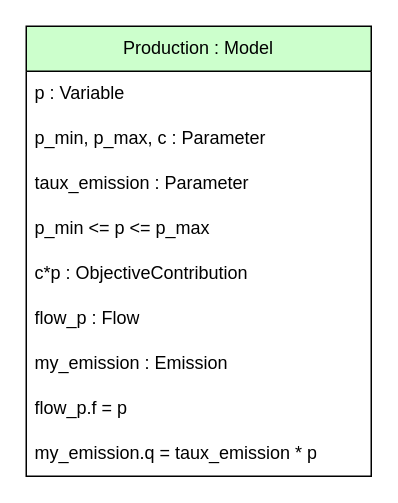
AntaresSimulatorTeam/andromede-modeling-prototype keeps this draw.io diagram as models-design/model_library/production.drawio. Above is the earlier version. Source tidied: cells renumbered, new cells numbered last; positions are measured from the earlier drawing's top-left corner, leaving out a move shared by most shapes. Both pictures are drawn from the tidied source at 150%, with x=0, y=0 at pixel (26, 26).
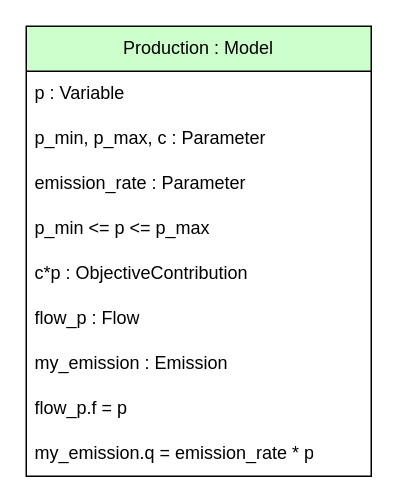
The same diagram, later.

Commit message (it also covers changes not shown here):
Specify ens,spill sign and translate emission rate

Diff of the diagram source:
```diff
@@
 <mxGraphModel>
   <root>
     <mxCell id="0" />
     <mxCell id="1" parent="0" />
     <mxCell id="2" value="Production : Model" style="swimlane;fontStyle=0;horizontal=1;startSize=30;whiteSpace=wrap;html=1;fillColor=#CCFFCC;fontColor=#000000;" parent="1" vertex="1">
       <mxGeometry width="230" height="300" as="geometry" />
     </mxCell>
     <mxCell id="3" value="p : Variable" style="text;strokeColor=none;fillColor=none;align=left;verticalAlign=middle;spacingLeft=4;spacingRight=4;overflow=hidden;whiteSpace=wrap;html=1;" parent="2" vertex="1">
       <mxGeometry y="30" width="230" height="30" as="geometry" />
     </mxCell>
     <mxCell id="4" value="p_min, p_max, c : Parameter" style="text;strokeColor=none;fillColor=none;align=left;verticalAlign=middle;spacingLeft=4;spacingRight=4;overflow=hidden;whiteSpace=wrap;html=1;" parent="2" vertex="1">
       <mxGeometry y="60" width="230" height="30" as="geometry" />
     </mxCell>
-    <mxCell id="5" value="taux_emission : Parameter" style="text;strokeColor=none;fillColor=none;align=left;verticalAlign=middle;spacingLeft=4;spacingRight=4;overflow=hidden;whiteSpace=wrap;html=1;" parent="2" vertex="1">
+    <mxCell id="5" value="emission_rate : Parameter" style="text;strokeColor=none;fillColor=none;align=left;verticalAlign=middle;spacingLeft=4;spacingRight=4;overflow=hidden;whiteSpace=wrap;html=1;" parent="2" vertex="1">
       <mxGeometry y="90" width="230" height="30" as="geometry" />
     </mxCell>
     <mxCell id="6" value="p_min &amp;lt;= p &amp;lt;= p_max" style="text;strokeColor=none;fillColor=none;align=left;verticalAlign=middle;spacingLeft=4;spacingRight=4;overflow=hidden;whiteSpace=wrap;html=1;" parent="2" vertex="1">
       <mxGeometry y="120" width="230" height="30" as="geometry" />
     </mxCell>
     <mxCell id="7" value="c*p : ObjectiveContribution" style="text;strokeColor=none;fillColor=none;align=left;verticalAlign=middle;spacingLeft=4;spacingRight=4;overflow=hidden;whiteSpace=wrap;html=1;" parent="2" vertex="1">
       <mxGeometry y="150" width="230" height="30" as="geometry" />
     </mxCell>
     <mxCell id="8" value="flow_p : Flow" style="text;strokeColor=none;fillColor=none;align=left;verticalAlign=middle;spacingLeft=4;spacingRight=4;overflow=hidden;whiteSpace=wrap;html=1;" parent="2" vertex="1">
       <mxGeometry y="180" width="230" height="30" as="geometry" />
     </mxCell>
     <mxCell id="9" value="my_emission : Emission" style="text;strokeColor=none;fillColor=none;align=left;verticalAlign=middle;spacingLeft=4;spacingRight=4;overflow=hidden;whiteSpace=wrap;html=1;" parent="2" vertex="1">
       <mxGeometry y="210" width="230" height="30" as="geometry" />
     </mxCell>
     <mxCell id="10" value="flow_p.f = p" style="text;strokeColor=none;fillColor=none;align=left;verticalAlign=middle;spacingLeft=4;spacingRight=4;overflow=hidden;whiteSpace=wrap;html=1;" parent="2" vertex="1">
       <mxGeometry y="240" width="230" height="30" as="geometry" />
     </mxCell>
-    <mxCell id="11" value="my_emission.q = taux_emission * p" style="text;strokeColor=none;fillColor=none;align=left;verticalAlign=middle;spacingLeft=4;spacingRight=4;overflow=hidden;whiteSpace=wrap;html=1;" parent="2" vertex="1">
+    <mxCell id="11" value="my_emission.q = emission_rate * p" style="text;strokeColor=none;fillColor=none;align=left;verticalAlign=middle;spacingLeft=4;spacingRight=4;overflow=hidden;whiteSpace=wrap;html=1;" parent="2" vertex="1">
       <mxGeometry y="270" width="230" height="30" as="geometry" />
     </mxCell>
   </root>
 </mxGraphModel>
```
